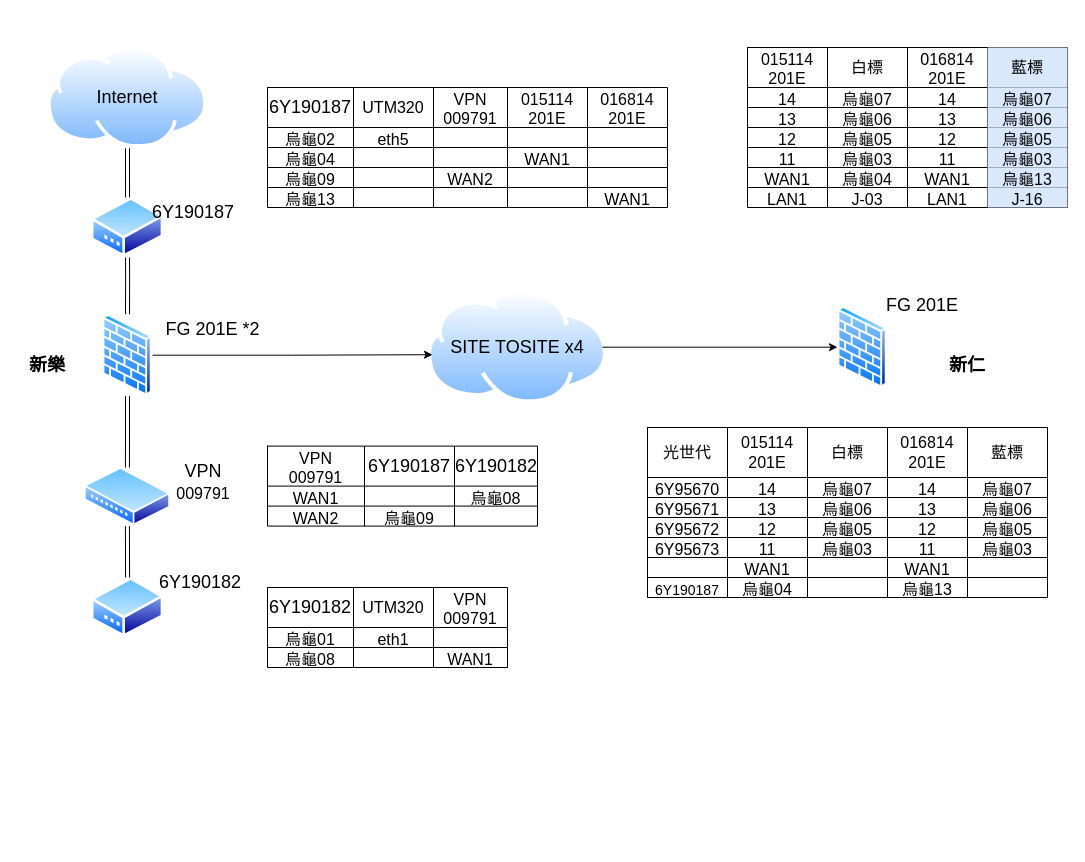
Earlier version of the draw.io diagram 新樂端.drawio (HungYn/drqw). Source tidied: cells renumbered, new cells numbered last; positions are measured from the earlier drawing's top-left corner, leaving out a move shared by most shapes. Both pictures are drawn from the tidied source at 100%, with x=0, y=0 at pixel (17, 47).
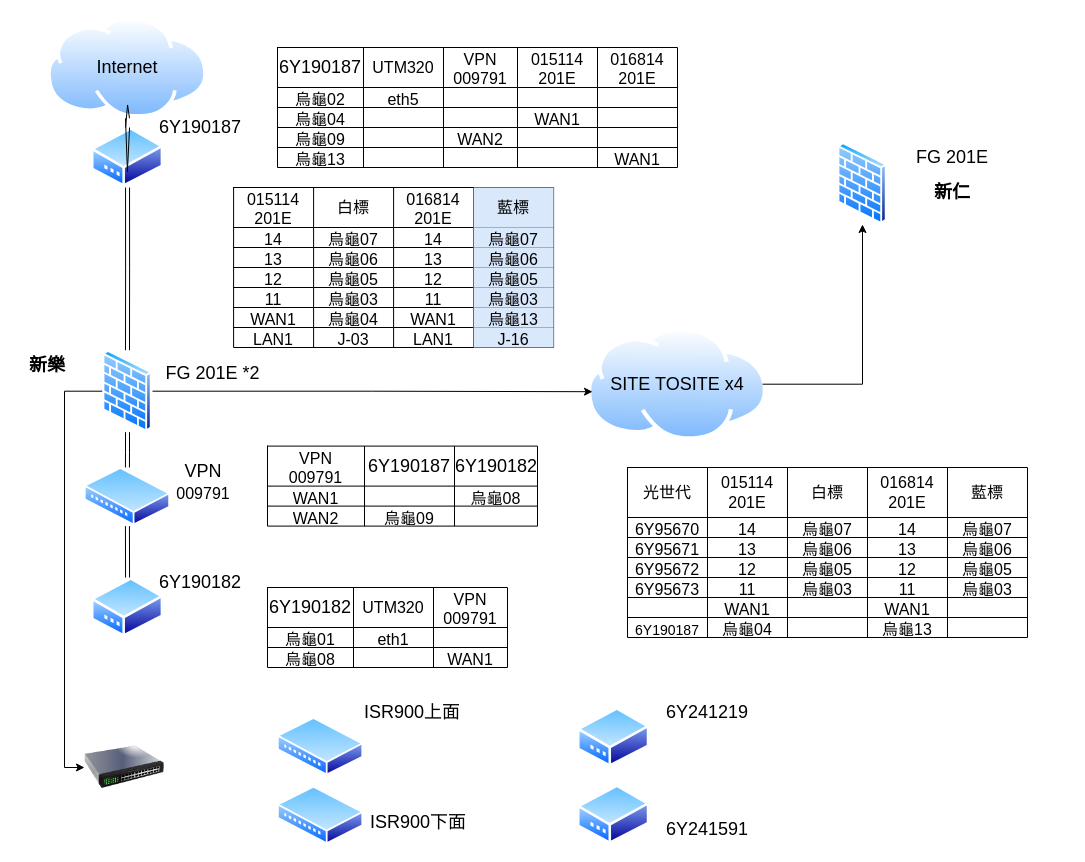
The same diagram, later.

The edit, as a diff of the source:
```diff
@@
     <mxCell id="2" style="group;" parent="1" vertex="1">
-      <mxGeometry x="30" width="160" height="100.8" as="geometry" />
+      <mxGeometry x="30" y="-30" width="160" height="100.8" as="geometry" />
     </mxCell>
@@
     <mxCell id="5" style="group;" parent="1" vertex="1">
-      <mxGeometry x="430" y="243" width="160" height="113.4" as="geometry" />
+      <mxGeometry x="590" y="280" width="160" height="113.4" as="geometry" />
     </mxCell>
@@
     <mxCell id="9" style="image;perimeter=ellipsePerimeter;html=1;align=center;shadow=0;dashed=0;spacingTop=3;image=img/lib/active_directory/modem.svg;strokeColor=default;verticalAlign=middle;fontFamily=Helvetica;fontSize=12;fontColor=default;fillColor=default;" parent="1" vertex="1">
-      <mxGeometry x="73.9" y="150" width="72.3" height="60" as="geometry" />
+      <mxGeometry x="73.9" y="80" width="72.3" height="60" as="geometry" />
     </mxCell>
@@
+    <mxCell id="162" style="edgeStyle=orthogonalEdgeStyle;rounded=0;jettySize=auto;html=1;exitX=0;exitY=0.5;exitDx=0;exitDy=0;entryX=0;entryY=0.5;entryDx=0;entryDy=0;fontFamily=Helvetica;fontSize=12;fontColor=default;" parent="1" edge="1" source="13" target="163">
+      <mxGeometry relative="1" as="geometry" />
+    </mxCell>
     <mxCell id="13" style="image;perimeter=ellipsePerimeter;html=1;align=center;shadow=0;dashed=0;spacingTop=3;image=img/lib/active_directory/firewall.svg;strokeColor=default;verticalAlign=middle;fontFamily=Helvetica;fontSize=12;fontColor=default;fillColor=default;" parent="1" vertex="1">
-      <mxGeometry x="85" y="266.7" width="50" height="82" as="geometry" />
+      <mxGeometry x="85" y="302.7" width="50" height="82" as="geometry" />
     </mxCell>
@@
     <mxCell id="16" value="&lt;font style=&quot;font-size: 18px;&quot;&gt;6Y190187&lt;/font&gt;" style="text;html=1;align=center;verticalAlign=middle;whiteSpace=wrap;rounded=0;fontFamily=Helvetica;fontSize=12;fontColor=default;" parent="1" vertex="1">
-      <mxGeometry x="146.1" y="150" width="60" height="30" as="geometry" />
+      <mxGeometry x="153.1" y="65" width="60" height="30" as="geometry" />
     </mxCell>
@@
     <mxCell id="18" value="&lt;font style=&quot;font-size: 18px;&quot;&gt;FG 201E *2&lt;/font&gt;" style="text;html=1;align=center;verticalAlign=middle;whiteSpace=wrap;rounded=0;fontFamily=Helvetica;fontSize=12;fontColor=default;" parent="1" vertex="1">
-      <mxGeometry x="141.2" y="266.7" width="108.8" height="30" as="geometry" />
+      <mxGeometry x="141.2" y="310.7" width="108.8" height="30" as="geometry" />
     </mxCell>
@@
     <mxCell id="20" style="image;perimeter=ellipsePerimeter;html=1;align=center;shadow=0;dashed=0;spacingTop=3;image=img/lib/active_directory/firewall.svg;strokeColor=default;verticalAlign=middle;fontFamily=Helvetica;fontSize=12;fontColor=default;fillColor=default;" parent="1" vertex="1">
-      <mxGeometry x="820" y="258.7" width="50" height="82" as="geometry" />
+      <mxGeometry x="820" y="95" width="50" height="82" as="geometry" />
     </mxCell>
@@
     <mxCell id="23" value="&lt;font style=&quot;font-size: 18px;&quot;&gt;FG 201E&lt;/font&gt;" style="text;html=1;align=center;verticalAlign=middle;whiteSpace=wrap;rounded=0;fontFamily=Helvetica;fontSize=12;fontColor=default;" parent="1" vertex="1">
-      <mxGeometry x="860" y="243" width="90" height="30" as="geometry" />
+      <mxGeometry x="890" y="95" width="90" height="30" as="geometry" />
     </mxCell>
     <mxCell id="24" value="&lt;font style=&quot;font-size: 18px;&quot;&gt;&lt;b&gt;新仁&lt;/b&gt;&lt;/font&gt;" style="text;html=1;align=center;verticalAlign=middle;whiteSpace=wrap;rounded=0;fontFamily=Helvetica;fontSize=12;fontColor=default;" parent="1" vertex="1">
-      <mxGeometry x="920" y="302.7" width="60" height="30" as="geometry" />
+      <mxGeometry x="905" y="130" width="60" height="30" as="geometry" />
     </mxCell>
@@
     <mxCell id="26" style="shape=table;startSize=0;childLayout=tableLayout;fontSize=16;strokeColor=default;align=center;verticalAlign=middle;fontFamily=Helvetica;fontColor=default;fillColor=default;" parent="1" vertex="1">
-      <mxGeometry x="730" width="320" height="160" as="geometry" />
+      <mxGeometry x="216.1" y="140" width="320" height="160" as="geometry" />
     </mxCell>
@@
     <mxCell id="62" style="shape=table;startSize=0;childLayout=tableLayout;fontSize=16;strokeColor=default;align=center;verticalAlign=middle;fontFamily=Helvetica;fontColor=default;fillColor=default;" parent="1" vertex="1">
-      <mxGeometry x="250" y="40" width="400" height="120" as="geometry" />
+      <mxGeometry x="260" width="400" height="120" as="geometry" />
     </mxCell>
@@
     <mxCell id="119" style="shape=table;startSize=0;childLayout=tableLayout;fontSize=16;strokeColor=default;align=center;verticalAlign=middle;fontFamily=Helvetica;fontColor=default;fillColor=default;" parent="1" vertex="1">
-      <mxGeometry x="630" y="380" width="400" height="170" as="geometry" />
+      <mxGeometry x="610" y="420" width="400" height="170" as="geometry" />
     </mxCell>
@@
+    <mxCell id="163" style="image;html=1;image=img/lib/clip_art/networking/Switch_128x128.png;strokeColor=default;align=center;verticalAlign=middle;fontFamily=Helvetica;fontSize=12;fontColor=default;fillColor=default;" parent="1" vertex="1">
+      <mxGeometry x="67" y="680" width="80" height="80" as="geometry" />
+    </mxCell>
+    <mxCell id="164" style="image;perimeter=ellipsePerimeter;html=1;align=center;shadow=0;dashed=0;spacingTop=3;image=img/lib/active_directory/wiring_hub.svg;strokeColor=default;verticalAlign=middle;fontFamily=Helvetica;fontSize=12;fontColor=default;fillColor=default;" parent="1" vertex="1">
+      <mxGeometry x="260" y="670" width="86.1" height="58.6" as="geometry" />
+    </mxCell>
+    <mxCell id="165" style="image;perimeter=ellipsePerimeter;html=1;align=center;shadow=0;dashed=0;spacingTop=3;image=img/lib/active_directory/wiring_hub.svg;strokeColor=default;verticalAlign=middle;fontFamily=Helvetica;fontSize=12;fontColor=default;fillColor=default;" parent="1" vertex="1">
+      <mxGeometry x="260" y="738.6" width="86.1" height="58.6" as="geometry" />
+    </mxCell>
+    <mxCell id="166" value="&lt;font style=&quot;font-size: 18px;&quot;&gt;ISR900上面&lt;/font&gt;" style="text;html=1;align=center;verticalAlign=middle;whiteSpace=wrap;rounded=0;fontFamily=Helvetica;fontSize=12;fontColor=default;" parent="1" vertex="1">
+      <mxGeometry x="340" y="650" width="110" height="30" as="geometry" />
+    </mxCell>
+    <mxCell id="167" value="&lt;font style=&quot;font-size: 18px;&quot;&gt;ISR900下面&lt;/font&gt;" style="text;html=1;align=center;verticalAlign=middle;whiteSpace=wrap;rounded=0;fontFamily=Helvetica;fontSize=12;fontColor=default;" parent="1" vertex="1">
+      <mxGeometry x="346.1" y="760" width="110" height="30" as="geometry" />
+    </mxCell>
+    <mxCell id="168" style="image;perimeter=ellipsePerimeter;html=1;align=center;shadow=0;dashed=0;spacingTop=3;image=img/lib/active_directory/modem.svg;strokeColor=default;verticalAlign=middle;fontFamily=Helvetica;fontSize=12;fontColor=default;fillColor=default;" parent="1" vertex="1">
+      <mxGeometry x="560" y="660" width="72.3" height="60" as="geometry" />
+    </mxCell>
+    <mxCell id="169" style="image;perimeter=ellipsePerimeter;html=1;align=center;shadow=0;dashed=0;spacingTop=3;image=img/lib/active_directory/modem.svg;strokeColor=default;verticalAlign=middle;fontFamily=Helvetica;fontSize=12;fontColor=default;fillColor=default;" parent="1" vertex="1">
+      <mxGeometry x="560" y="737.2" width="72.3" height="60" as="geometry" />
+    </mxCell>
+    <mxCell id="170" value="&lt;font style=&quot;font-size: 18px;&quot;&gt;6Y241219&lt;/font&gt;" style="text;html=1;align=center;verticalAlign=middle;whiteSpace=wrap;rounded=0;fontFamily=Helvetica;fontSize=12;fontColor=default;" parent="1" vertex="1">
+      <mxGeometry x="660" y="650" width="60" height="30" as="geometry" />
+    </mxCell>
+    <mxCell id="171" value="&lt;font style=&quot;font-size: 18px;&quot;&gt;6Y241591&lt;/font&gt;" style="text;html=1;align=center;verticalAlign=middle;whiteSpace=wrap;rounded=0;fontFamily=Helvetica;fontSize=12;fontColor=default;" parent="1" vertex="1">
+      <mxGeometry x="660" y="767.2" width="60" height="30" as="geometry" />
+    </mxCell>
```
